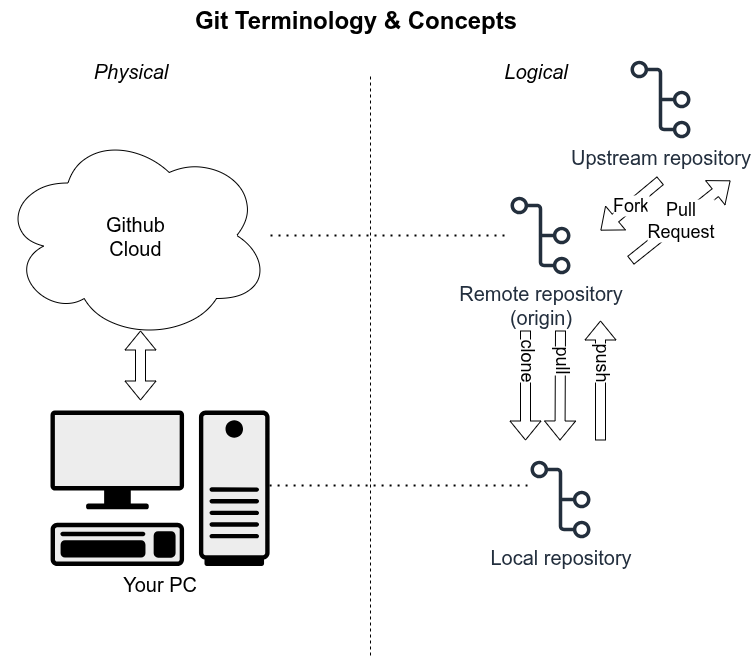
This is images/Repos1.drawio.png from dprg/2025_git_talk, a draw.io export, as it was before one commit. Source tidied: cells renumbered, new cells last; positions are measured from the earlier drawing's top-left corner, leaving out a move shared by most shapes.
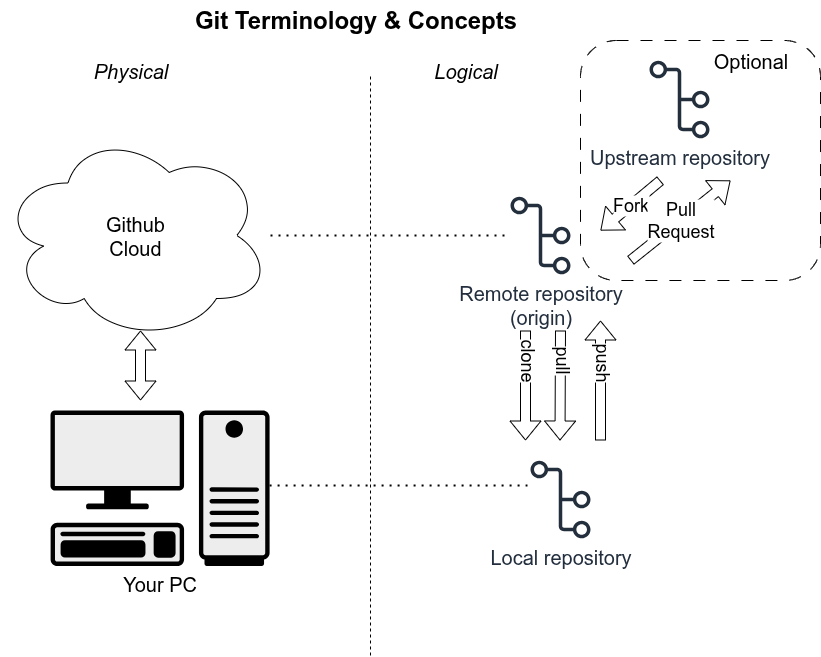
Later version of the same file.

Change to the diagram source:
```diff
@@ -2,11 +2,14 @@
   <root>
     <mxCell id="0" />
     <mxCell id="1" parent="0" />
+    <mxCell id="19" style="rounded=1;whiteSpace=wrap;html=1;dashed=1;dashPattern=12 12;" parent="1" vertex="1">
+      <mxGeometry x="580" y="40" width="240" height="240" as="geometry" />
+    </mxCell>
     <mxCell id="2" value="&lt;font style=&quot;font-size: 20px;&quot;&gt;&lt;i&gt;Physical&lt;/i&gt;&lt;/font&gt;" style="text;html=1;align=center;verticalAlign=middle;strokeColor=none;fillColor=none;" parent="1" vertex="1">
       <mxGeometry x="80" y="50" width="100" height="40" as="geometry" />
     </mxCell>
     <mxCell id="3" value="&lt;font style=&quot;font-size: 20px;&quot;&gt;&lt;i&gt;Logical&lt;/i&gt;&lt;/font&gt;" style="text;html=1;align=center;verticalAlign=middle;strokeColor=none;fillColor=none;" parent="1" vertex="1">
-      <mxGeometry x="490" y="50" width="90" height="40" as="geometry" />
+      <mxGeometry x="420" y="50" width="90" height="40" as="geometry" />
     </mxCell>
     <mxCell id="4" value="&lt;font style=&quot;font-size: 20px;&quot;&gt;Github&lt;/font&gt;&lt;div&gt;&lt;font style=&quot;font-size: 20px;&quot;&gt;Cloud&lt;/font&gt;&lt;/div&gt;" style="ellipse;shape=cloud;whiteSpace=wrap;html=1;" parent="1" vertex="1">
       <mxGeometry y="130" width="270" height="210" as="geometry" />
@@ -51,7 +54,7 @@
       </mxGeometry>
     </mxCell>
     <mxCell id="14" value="&lt;font style=&quot;font-size: 20px;&quot;&gt;Upstream repository&lt;/font&gt;" style="sketch=0;fontColor=#232F3E;gradientColor=none;fillColor=#232F3D;strokeColor=none;dashed=0;verticalLabelPosition=bottom;verticalAlign=top;align=center;html=1;fontSize=12;fontStyle=0;shape=mxgraph.aws4.git_repository;" parent="1" vertex="1">
-      <mxGeometry x="630" y="60" width="60" height="78" as="geometry" />
+      <mxGeometry x="649" y="60" width="60" height="78" as="geometry" />
     </mxCell>
     <mxCell id="15" value="&lt;font style=&quot;font-size: 18px;&quot;&gt;Fork&lt;/font&gt;" style="shape=flexArrow;endArrow=classic;html=1;rounded=0;" parent="1" edge="1">
       <mxGeometry relative="1" as="geometry">
@@ -74,5 +77,8 @@
         <mxPoint x="140" y="330" as="targetPoint" />
       </mxGeometry>
     </mxCell>
+    <mxCell id="20" value="&lt;font style=&quot;font-size: 20px;&quot;&gt;Optional&lt;/font&gt;" style="text;html=1;align=center;verticalAlign=middle;strokeColor=none;fillColor=none;" parent="1" vertex="1">
+      <mxGeometry x="700" y="40" width="100" height="40" as="geometry" />
+    </mxCell>
   </root>
 </mxGraphModel>
```
